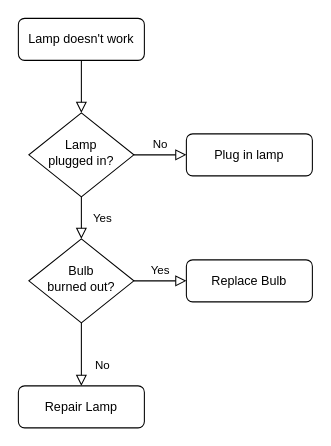
jbachnp/hello keeps this draw.io diagram as Untitled Diagram.drawio. Above is the earlier version. Source tidied: cells renumbered, new cells numbered last; positions are measured from the earlier drawing's top-left corner, leaving out a move shared by most shapes. Both pictures are drawn from the tidied source at 105%, with x=0, y=0 at pixel (18, 18).
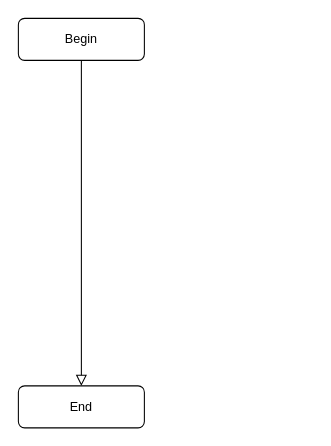
The same page after the edit.

Change to the diagram source:
```diff
@@
 <mxGraphModel>
   <root>
     <mxCell id="0" />
     <mxCell id="1" parent="0" />
-    <mxCell id="2" style="rounded=0;html=1;jettySize=auto;fontSize=11;endArrow=block;endFill=0;endSize=8;strokeWidth=1;shadow=0;labelBackgroundColor=none;edgeStyle=orthogonalEdgeStyle;" parent="1" edge="1" source="3" target="6">
+    <mxCell id="2" style="rounded=0;html=1;jettySize=auto;fontSize=11;endArrow=block;endFill=0;endSize=8;strokeWidth=1;shadow=0;labelBackgroundColor=none;edgeStyle=orthogonalEdgeStyle;" parent="1" edge="1" source="3" target="11">
       <mxGeometry relative="1" as="geometry" />
     </mxCell>
-    <mxCell id="3" value="Lamp doesn't work" style="rounded=1;whiteSpace=wrap;html=1;fontSize=12;glass=0;strokeWidth=1;shadow=0;" parent="1" vertex="1">
+    <mxCell id="3" value="Begin" style="rounded=1;whiteSpace=wrap;html=1;fontSize=12;glass=0;strokeWidth=1;shadow=0;" parent="1" vertex="1">
       <mxGeometry width="120" height="40" as="geometry" />
     </mxCell>
-    <mxCell id="4" value="Yes" style="rounded=0;html=1;jettySize=auto;fontSize=11;endArrow=block;endFill=0;endSize=8;strokeWidth=1;shadow=0;labelBackgroundColor=none;edgeStyle=orthogonalEdgeStyle;" parent="1" edge="1" source="6" target="10">
-      <mxGeometry y="20" relative="1" as="geometry" />
-    </mxCell>
-    <mxCell id="5" value="No" style="edgeStyle=orthogonalEdgeStyle;rounded=0;html=1;jettySize=auto;fontSize=11;endArrow=block;endFill=0;endSize=8;strokeWidth=1;shadow=0;labelBackgroundColor=none;" parent="1" edge="1" source="6" target="7">
-      <mxGeometry y="10" relative="1" as="geometry" />
-    </mxCell>
-    <mxCell id="6" value="Lamp&lt;br&gt;plugged in?" style="rhombus;whiteSpace=wrap;html=1;shadow=0;fontFamily=Helvetica;fontSize=12;align=center;strokeWidth=1;spacing=6;spacingTop=-4;" parent="1" vertex="1">
-      <mxGeometry x="10" y="90" width="100" height="80" as="geometry" />
-    </mxCell>
-    <mxCell id="7" value="Plug in lamp" style="rounded=1;whiteSpace=wrap;html=1;fontSize=12;glass=0;strokeWidth=1;shadow=0;" parent="1" vertex="1">
-      <mxGeometry x="160" y="110" width="120" height="40" as="geometry" />
-    </mxCell>
-    <mxCell id="8" value="No" style="rounded=0;html=1;jettySize=auto;fontSize=11;endArrow=block;endFill=0;endSize=8;strokeWidth=1;shadow=0;labelBackgroundColor=none;edgeStyle=orthogonalEdgeStyle;" parent="1" edge="1" source="10" target="11">
-      <mxGeometry x="0.33" y="20" relative="1" as="geometry" />
-    </mxCell>
-    <mxCell id="9" value="Yes" style="edgeStyle=orthogonalEdgeStyle;rounded=0;html=1;jettySize=auto;fontSize=11;endArrow=block;endFill=0;endSize=8;strokeWidth=1;shadow=0;labelBackgroundColor=none;" parent="1" edge="1" source="10" target="12">
-      <mxGeometry y="10" relative="1" as="geometry" />
-    </mxCell>
-    <mxCell id="10" value="Bulb&lt;br&gt;burned out?" style="rhombus;whiteSpace=wrap;html=1;shadow=0;fontFamily=Helvetica;fontSize=12;align=center;strokeWidth=1;spacing=6;spacingTop=-4;" parent="1" vertex="1">
-      <mxGeometry x="10" y="210" width="100" height="80" as="geometry" />
-    </mxCell>
-    <mxCell id="11" value="Repair Lamp" style="rounded=1;whiteSpace=wrap;html=1;fontSize=12;glass=0;strokeWidth=1;shadow=0;" parent="1" vertex="1">
+    <mxCell id="11" value="End" style="rounded=1;whiteSpace=wrap;html=1;fontSize=12;glass=0;strokeWidth=1;shadow=0;" parent="1" vertex="1">
       <mxGeometry y="350" width="120" height="40" as="geometry" />
     </mxCell>
-    <mxCell id="12" value="Replace Bulb" style="rounded=1;whiteSpace=wrap;html=1;fontSize=12;glass=0;strokeWidth=1;shadow=0;" parent="1" vertex="1">
-      <mxGeometry x="160" y="230" width="120" height="40" as="geometry" />
-    </mxCell>
   </root>
 </mxGraphModel>
```
